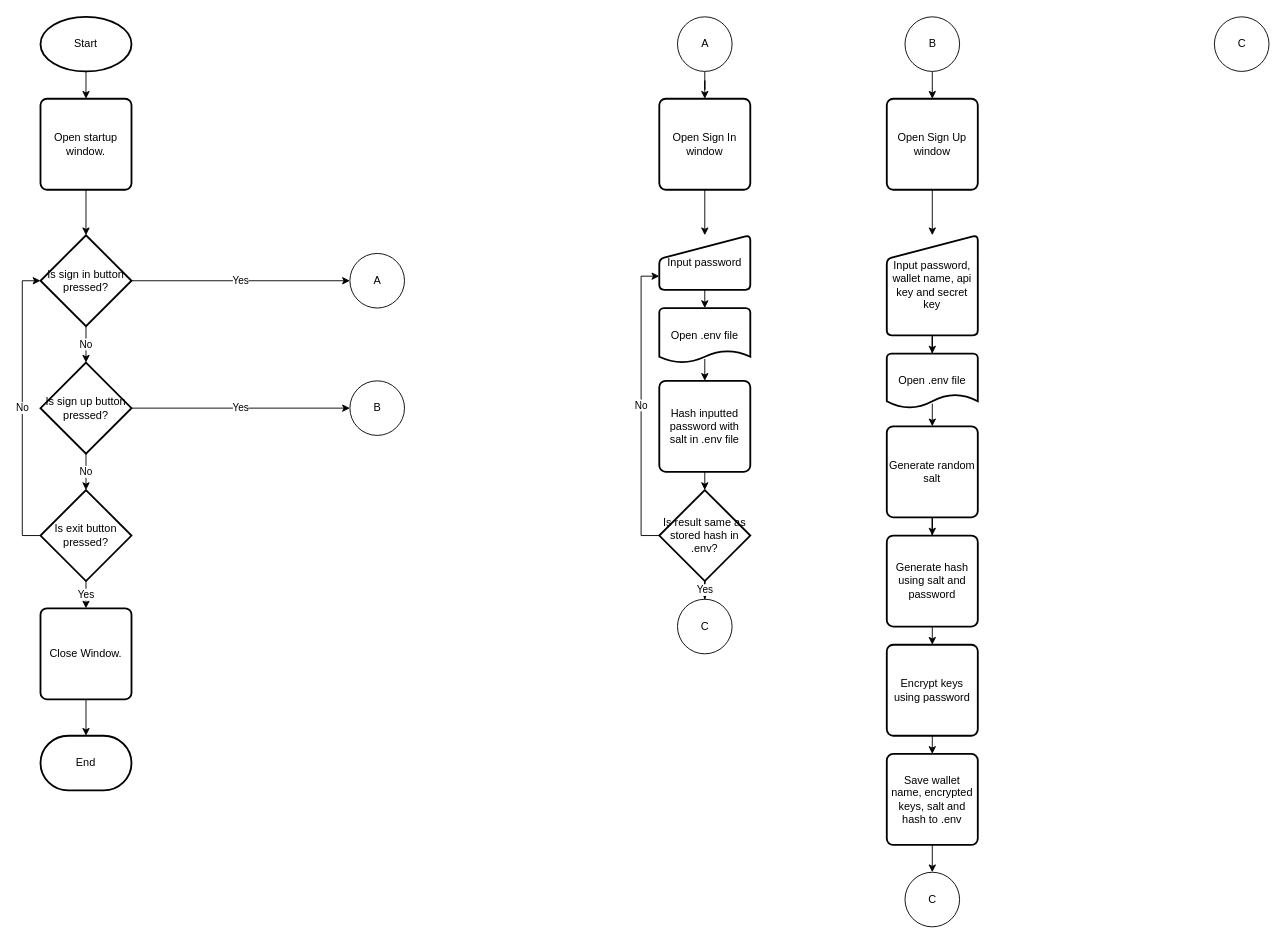
This is NEA.drawio from SparkyRobin/NEA, a draw.io file, before an edit. Source tidied: cells renumbered, new cells numbered last; positions are measured from the earlier drawing's top-left corner, leaving out a move shared by most shapes. Both pictures are drawn from the tidied source at 91%, with x=0, y=0 at pixel (40, 16).
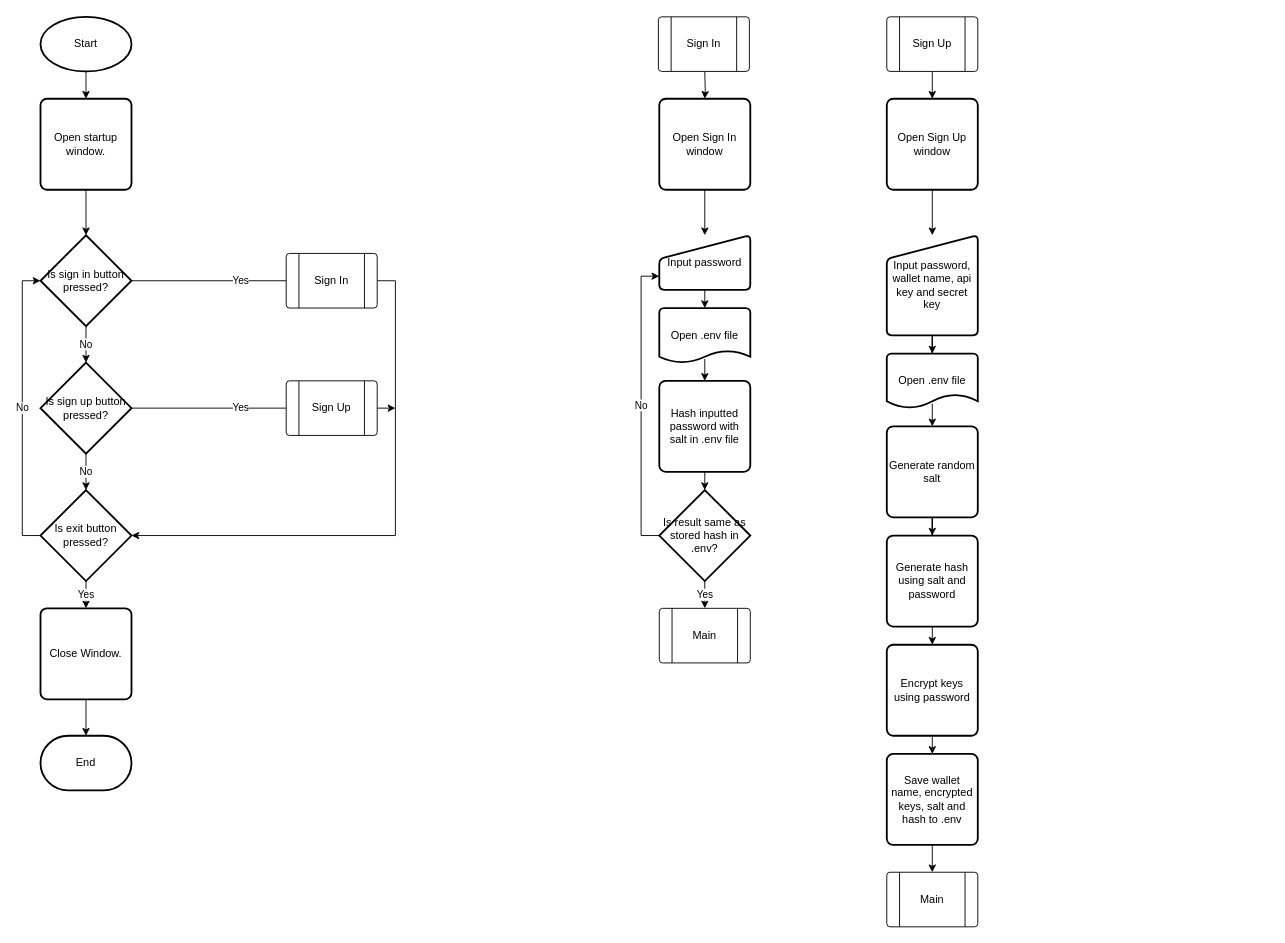
The same page after the edit.

The change refers to these unchanged cells:
```xml
<mxCell id="8" value="Is sign in button pressed?" style="strokeWidth=2;html=1;shape=mxgraph.flowchart.decision;whiteSpace=wrap;" parent="1" vertex="1">
  <mxGeometry y="240" width="100" height="100" as="geometry" />
</mxCell>
<mxCell id="11" value="Is sign up button pressed?" style="strokeWidth=2;html=1;shape=mxgraph.flowchart.decision;whiteSpace=wrap;" parent="1" vertex="1">
  <mxGeometry y="380" width="100" height="100" as="geometry" />
</mxCell>
<mxCell id="14" value="Is exit button pressed?" style="strokeWidth=2;html=1;shape=mxgraph.flowchart.decision;whiteSpace=wrap;" parent="1" vertex="1">
  <mxGeometry y="520" width="100" height="100" as="geometry" />
</mxCell>
<mxCell id="23" value="Open Sign In window" style="rounded=1;whiteSpace=wrap;html=1;absoluteArcSize=1;arcSize=14;strokeWidth=2;" parent="1" vertex="1">
  <mxGeometry x="680" y="90" width="100" height="100" as="geometry" />
</mxCell>
<mxCell id="29" value="Open Sign Up window" style="rounded=1;whiteSpace=wrap;html=1;absoluteArcSize=1;arcSize=14;strokeWidth=2;" parent="1" vertex="1">
  <mxGeometry x="930" y="90" width="100" height="100" as="geometry" />
</mxCell>
<mxCell id="37" value="Is result same as stored hash in .env?" style="strokeWidth=2;html=1;shape=mxgraph.flowchart.decision;whiteSpace=wrap;" parent="1" vertex="1">
  <mxGeometry x="680" y="520" width="100" height="100" as="geometry" />
</mxCell>
<mxCell id="48" value="Save wallet name, encrypted keys, salt and hash to .env" style="rounded=1;whiteSpace=wrap;html=1;absoluteArcSize=1;arcSize=14;strokeWidth=2;" parent="1" vertex="1">
  <mxGeometry x="930" y="810" width="100" height="100" as="geometry" />
</mxCell>
```

Diff of the diagram source:
```diff
@@
-    <mxCell id="7" value="Yes" style="edgeStyle=orthogonalEdgeStyle;rounded=0;jettySize=auto;html=1;exitX=1;exitY=0.5;exitDx=0;exitDy=0;exitPerimeter=0;entryX=0;entryY=0.5;entryDx=0;entryDy=0;entryPerimeter=0;" parent="1" edge="1" source="8" target="15">
-      <mxGeometry relative="1" as="geometry" />
+    <mxCell id="7" value="Yes" style="edgeStyle=orthogonalEdgeStyle;rounded=0;jettySize=auto;html=1;exitX=1;exitY=0.5;exitDx=0;exitDy=0;exitPerimeter=0;entryX=0;entryY=0.5;entryDx=0;entryDy=0;entryPerimeter=0;" parent="1" edge="1" source="8">
+      <mxGeometry relative="1" as="geometry">
+        <mxPoint x="340" y="290" as="targetPoint" />
+      </mxGeometry>
     </mxCell>
@@
-    <mxCell id="10" value="Yes" style="edgeStyle=orthogonalEdgeStyle;rounded=0;jettySize=auto;html=1;exitX=1;exitY=0.5;exitDx=0;exitDy=0;exitPerimeter=0;entryX=0;entryY=0.5;entryDx=0;entryDy=0;entryPerimeter=0;" parent="1" edge="1" source="11" target="16">
-      <mxGeometry relative="1" as="geometry" />
+    <mxCell id="10" value="Yes" style="edgeStyle=orthogonalEdgeStyle;rounded=0;jettySize=auto;html=1;exitX=1;exitY=0.5;exitDx=0;exitDy=0;exitPerimeter=0;entryX=0;entryY=0.5;entryDx=0;entryDy=0;entryPerimeter=0;" parent="1" edge="1" source="11">
+      <mxGeometry relative="1" as="geometry">
+        <mxPoint x="340" y="430" as="targetPoint" />
+      </mxGeometry>
     </mxCell>
@@
-    <mxCell id="15" value="A" style="verticalLabelPosition=middle;verticalAlign=middle;html=1;shape=mxgraph.flowchart.on-page_reference;labelPosition=center;align=center;" parent="1" vertex="1">
-      <mxGeometry x="340" y="260" width="60" height="60" as="geometry" />
-    </mxCell>
-    <mxCell id="16" value="B" style="verticalLabelPosition=middle;verticalAlign=middle;html=1;shape=mxgraph.flowchart.on-page_reference;labelPosition=center;align=center;" parent="1" vertex="1">
-      <mxGeometry x="340" y="400" width="60" height="60" as="geometry" />
-    </mxCell>
@@
-    <mxCell id="20" style="edgeStyle=orthogonalEdgeStyle;rounded=0;jettySize=auto;html=1;exitX=0.5;exitY=1;exitDx=0;exitDy=0;exitPerimeter=0;" parent="1" edge="1" source="21" target="23">
-      <mxGeometry relative="1" as="geometry" />
+    <mxCell id="20" style="edgeStyle=orthogonalEdgeStyle;rounded=0;jettySize=auto;html=1;exitX=0.5;exitY=1;exitDx=0;exitDy=0;exitPerimeter=0;" parent="1" edge="1" target="23">
+      <mxGeometry relative="1" as="geometry">
+        <mxPoint x="730" y="60" as="sourcePoint" />
+      </mxGeometry>
     </mxCell>
-    <mxCell id="21" value="A" style="verticalLabelPosition=middle;verticalAlign=middle;html=1;shape=mxgraph.flowchart.on-page_reference;labelPosition=center;align=center;" parent="1" vertex="1">
-      <mxGeometry x="700" width="60" height="60" as="geometry" />
-    </mxCell>
@@
-    <mxCell id="25" value="C" style="verticalLabelPosition=middle;verticalAlign=middle;html=1;shape=mxgraph.flowchart.on-page_reference;labelPosition=center;align=center;" parent="1" vertex="1">
-      <mxGeometry x="700" y="640" width="60" height="60" as="geometry" />
-    </mxCell>
-    <mxCell id="26" style="edgeStyle=orthogonalEdgeStyle;rounded=0;jettySize=auto;html=1;exitX=0.5;exitY=1;exitDx=0;exitDy=0;exitPerimeter=0;entryX=0.5;entryY=0;entryDx=0;entryDy=0;" parent="1" edge="1" source="27" target="29">
-      <mxGeometry relative="1" as="geometry" />
+    <mxCell id="26" style="edgeStyle=orthogonalEdgeStyle;rounded=0;jettySize=auto;html=1;exitX=0.5;exitY=1;exitDx=0;exitDy=0;exitPerimeter=0;entryX=0.5;entryY=0;entryDx=0;entryDy=0;" parent="1" edge="1" target="29">
+      <mxGeometry relative="1" as="geometry">
+        <mxPoint x="980" y="60" as="sourcePoint" />
+      </mxGeometry>
     </mxCell>
-    <mxCell id="27" value="B" style="verticalLabelPosition=middle;verticalAlign=middle;html=1;shape=mxgraph.flowchart.on-page_reference;labelPosition=center;align=center;" parent="1" vertex="1">
-      <mxGeometry x="950" width="60" height="60" as="geometry" />
-    </mxCell>
@@
-    <mxCell id="35" value="Yes" style="edgeStyle=orthogonalEdgeStyle;rounded=0;jettySize=auto;html=1;exitX=0.5;exitY=1;exitDx=0;exitDy=0;exitPerimeter=0;" parent="1" edge="1" source="37" target="25">
+    <mxCell id="35" value="Yes" style="edgeStyle=orthogonalEdgeStyle;rounded=0;jettySize=auto;html=1;exitX=0.5;exitY=1;exitDx=0;exitDy=0;exitPerimeter=0;entryX=0.5;entryY=0;entryDx=0;entryDy=0;" parent="1" edge="1" source="37" target="57">
       <mxGeometry relative="1" as="geometry" />
     </mxCell>
@@
-    <mxCell id="47" style="edgeStyle=orthogonalEdgeStyle;rounded=0;jettySize=auto;html=1;exitX=0.5;exitY=1;exitDx=0;exitDy=0;entryX=0.5;entryY=0;entryDx=0;entryDy=0;entryPerimeter=0;" parent="1" edge="1" source="48" target="49">
-      <mxGeometry relative="1" as="geometry" />
+    <mxCell id="47" style="edgeStyle=orthogonalEdgeStyle;rounded=0;jettySize=auto;html=1;exitX=0.5;exitY=1;exitDx=0;exitDy=0;entryX=0.5;entryY=0;entryDx=0;entryDy=0;entryPerimeter=0;" parent="1" edge="1" source="48">
+      <mxGeometry relative="1" as="geometry">
+        <mxPoint x="980" y="940" as="targetPoint" />
+      </mxGeometry>
     </mxCell>
@@
-    <mxCell id="49" value="C" style="verticalLabelPosition=middle;verticalAlign=middle;html=1;shape=mxgraph.flowchart.on-page_reference;labelPosition=center;align=center;" parent="1" vertex="1">
-      <mxGeometry x="950" y="940" width="60" height="60" as="geometry" />
-    </mxCell>
@@
-    <mxCell id="51" value="C" style="verticalLabelPosition=middle;verticalAlign=middle;html=1;shape=mxgraph.flowchart.on-page_reference;labelPosition=center;align=center;" parent="1" vertex="1">
-      <mxGeometry x="1290" width="60" height="60" as="geometry" />
-    </mxCell>
+    <mxCell id="52" style="edgeStyle=orthogonalEdgeStyle;rounded=0;jettySize=auto;html=1;exitX=1;exitY=0.5;exitDx=0;exitDy=0;entryX=1;entryY=0.5;entryDx=0;entryDy=0;entryPerimeter=0;" parent="1" edge="1" source="53" target="14">
+      <mxGeometry relative="1" as="geometry" />
+    </mxCell>
+    <mxCell id="53" value="Sign In" style="verticalLabelPosition=middle;verticalAlign=middle;html=1;shape=process;whiteSpace=wrap;rounded=1;size=0.14;arcSize=6;labelPosition=center;align=center;" parent="1" vertex="1">
+      <mxGeometry x="270" y="260" width="100" height="60" as="geometry" />
+    </mxCell>
+    <mxCell id="54" style="edgeStyle=orthogonalEdgeStyle;rounded=0;jettySize=auto;html=1;exitX=1;exitY=0.5;exitDx=0;exitDy=0;" parent="1" edge="1" source="55">
+      <mxGeometry relative="1" as="geometry">
+        <mxPoint x="390" y="429.7" as="targetPoint" />
+      </mxGeometry>
+    </mxCell>
+    <mxCell id="55" value="Sign Up" style="verticalLabelPosition=middle;verticalAlign=middle;html=1;shape=process;whiteSpace=wrap;rounded=1;size=0.14;arcSize=6;labelPosition=center;align=center;" parent="1" vertex="1">
+      <mxGeometry x="270" y="400" width="100" height="60" as="geometry" />
+    </mxCell>
+    <mxCell id="56" value="Sign In" style="verticalLabelPosition=middle;verticalAlign=middle;html=1;shape=process;whiteSpace=wrap;rounded=1;size=0.14;arcSize=6;labelPosition=center;align=center;" parent="1" vertex="1">
+      <mxGeometry x="679" width="100" height="60" as="geometry" />
+    </mxCell>
+    <mxCell id="57" value="Main" style="verticalLabelPosition=middle;verticalAlign=middle;html=1;shape=process;whiteSpace=wrap;rounded=1;size=0.14;arcSize=6;labelPosition=center;align=center;" parent="1" vertex="1">
+      <mxGeometry x="680" y="650" width="100" height="60" as="geometry" />
+    </mxCell>
+    <mxCell id="58" value="Sign Up" style="verticalLabelPosition=middle;verticalAlign=middle;html=1;shape=process;whiteSpace=wrap;rounded=1;size=0.14;arcSize=6;labelPosition=center;align=center;" parent="1" vertex="1">
+      <mxGeometry x="930" width="100" height="60" as="geometry" />
+    </mxCell>
+    <mxCell id="59" value="Main" style="verticalLabelPosition=middle;verticalAlign=middle;html=1;shape=process;whiteSpace=wrap;rounded=1;size=0.14;arcSize=6;labelPosition=center;align=center;" parent="1" vertex="1">
+      <mxGeometry x="930" y="940" width="100" height="60" as="geometry" />
+    </mxCell>
```
